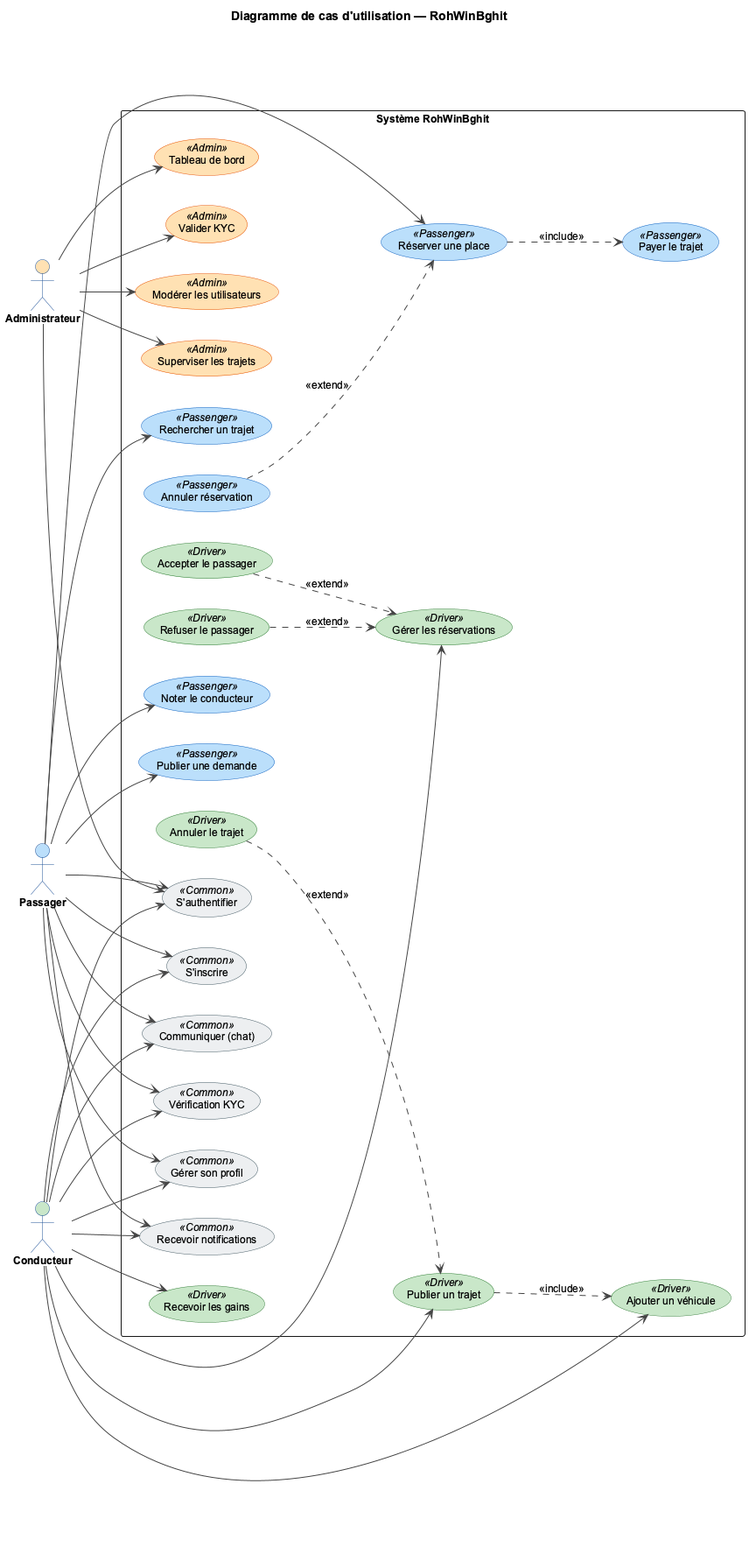
Before: figures/fig_use_case.png, a diagram exported from PlantUML (Belhormamohamed13/Memiore_RohWinBghit). The source it was exported from:
```plantuml
@startuml fig_use_case
skinparam DefaultFontName Arial
skinparam DefaultFontSize 12
skinparam shadowing false
skinparam packageStyle rectangle
skinparam ArrowColor #444444
skinparam ActorBorderColor #1E5096
skinparam ActorFontStyle bold

skinparam usecase {
  BorderColor #555555
  BackgroundColor White
  BackgroundColor<<Common>> #ECEFF1
  BackgroundColor<<Passenger>> #BBDEFB
  BackgroundColor<<Driver>> #C8E6C9
  BackgroundColor<<Admin>> #FFE0B2
  BorderColor<<Common>> #455A64
  BorderColor<<Passenger>> #1565C0
  BorderColor<<Driver>> #2E7D32
  BorderColor<<Admin>> #E65100
}

left to right direction
title Diagramme de cas d'utilisation — RohWinBghit

actor "Passager" as Pax #BBDEFB
actor "Conducteur" as Drv #C8E6C9
actor "Administrateur" as Adm #FFE0B2

rectangle "Système RohWinBghit" {

  usecase "S'inscrire" as UC_Register <<Common>>
  usecase "S'authentifier" as UC_Auth <<Common>>
  usecase "Vérification KYC" as UC_KYC <<Common>>
  usecase "Gérer son profil" as UC_Profile <<Common>>
  usecase "Recevoir notifications" as UC_Notif <<Common>>
  usecase "Communiquer (chat)" as UC_Chat <<Common>>

  usecase "Rechercher un trajet" as UC_Search <<Passenger>>
  usecase "Réserver une place" as UC_Book <<Passenger>>
  usecase "Payer le trajet" as UC_Pay <<Passenger>>
  usecase "Annuler réservation" as UC_CancelBook <<Passenger>>
  usecase "Publier une demande" as UC_Request <<Passenger>>
  usecase "Noter le conducteur" as UC_Review <<Passenger>>

  usecase "Ajouter un véhicule" as UC_AddVehicle <<Driver>>
  usecase "Publier un trajet" as UC_Publish <<Driver>>
  usecase "Gérer les réservations" as UC_Manage <<Driver>>
  usecase "Accepter le passager" as UC_Accept <<Driver>>
  usecase "Refuser le passager" as UC_Reject <<Driver>>
  usecase "Annuler le trajet" as UC_CancelTrip <<Driver>>
  usecase "Recevoir les gains" as UC_Earn <<Driver>>

  usecase "Tableau de bord" as UC_AdminDash <<Admin>>
  usecase "Valider KYC" as UC_AdminKyc <<Admin>>
  usecase "Modérer les utilisateurs" as UC_AdminUsers <<Admin>>
  usecase "Superviser les trajets" as UC_AdminTrips <<Admin>>
}

Pax --> UC_Register
Pax --> UC_Auth
Pax --> UC_KYC
Pax --> UC_Profile
Pax --> UC_Notif
Pax --> UC_Chat
Pax --> UC_Search
Pax --> UC_Book
Pax --> UC_Request
Pax --> UC_Review

Drv --> UC_Register
Drv --> UC_Auth
Drv --> UC_KYC
Drv --> UC_Profile
Drv --> UC_Notif
Drv --> UC_Chat
Drv --> UC_AddVehicle
Drv --> UC_Publish
Drv --> UC_Manage
Drv --> UC_Earn

Adm --> UC_Auth
Adm --> UC_AdminDash
Adm --> UC_AdminKyc
Adm --> UC_AdminUsers
Adm --> UC_AdminTrips

UC_Book ..> UC_Pay : <<include>>
UC_Publish ..> UC_AddVehicle : <<include>>

UC_CancelBook ..> UC_Book : <<extend>>
UC_Accept ..> UC_Manage : <<extend>>
UC_Reject ..> UC_Manage : <<extend>>
UC_CancelTrip ..> UC_Publish : <<extend>>

@enduml
```
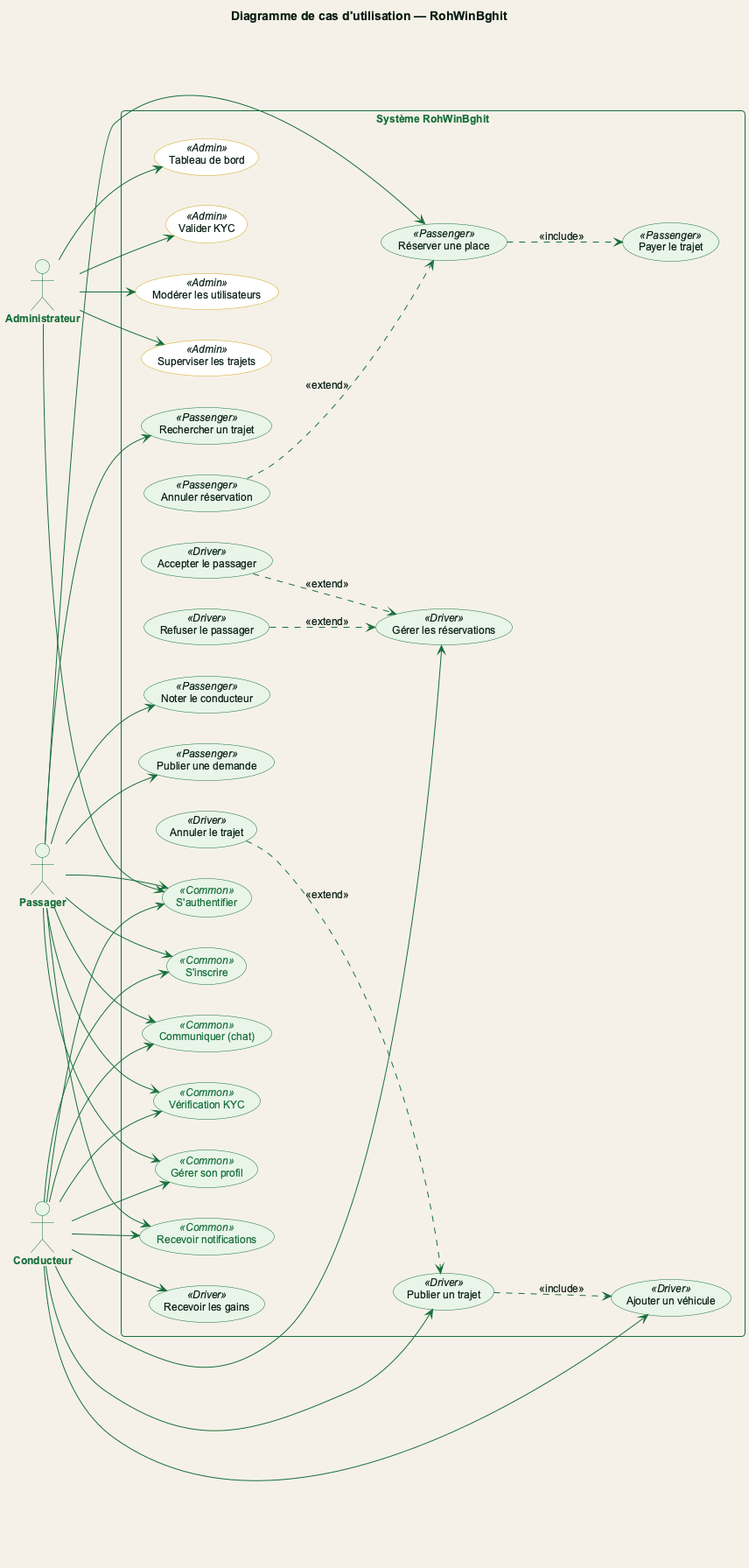
After the commit.

Change to the diagram source:
```diff
@@ -1,31 +1,13 @@
 @startuml fig_use_case
-skinparam DefaultFontName Arial
-skinparam DefaultFontSize 12
-skinparam shadowing false
-skinparam packageStyle rectangle
-skinparam ArrowColor #444444
-skinparam ActorBorderColor #1E5096
-skinparam ActorFontStyle bold
-
-skinparam usecase {
-  BorderColor #555555
-  BackgroundColor White
-  BackgroundColor<<Common>> #ECEFF1
-  BackgroundColor<<Passenger>> #BBDEFB
-  BackgroundColor<<Driver>> #C8E6C9
-  BackgroundColor<<Admin>> #FFE0B2
-  BorderColor<<Common>> #455A64
-  BorderColor<<Passenger>> #1565C0
-  BorderColor<<Driver>> #2E7D32
-  BorderColor<<Admin>> #E65100
-}
+!include theme_rohwinbghit.puml
 
 left to right direction
 title Diagramme de cas d'utilisation — RohWinBghit
 
-actor "Passager" as Pax #BBDEFB
-actor "Conducteur" as Drv #C8E6C9
-actor "Administrateur" as Adm #FFE0B2
+actor "Passager" as Pax
+actor "Conducteur" as Drv
+actor "Administrateur" as Adm
+
 
 rectangle "Système RohWinBghit" {
 
```
